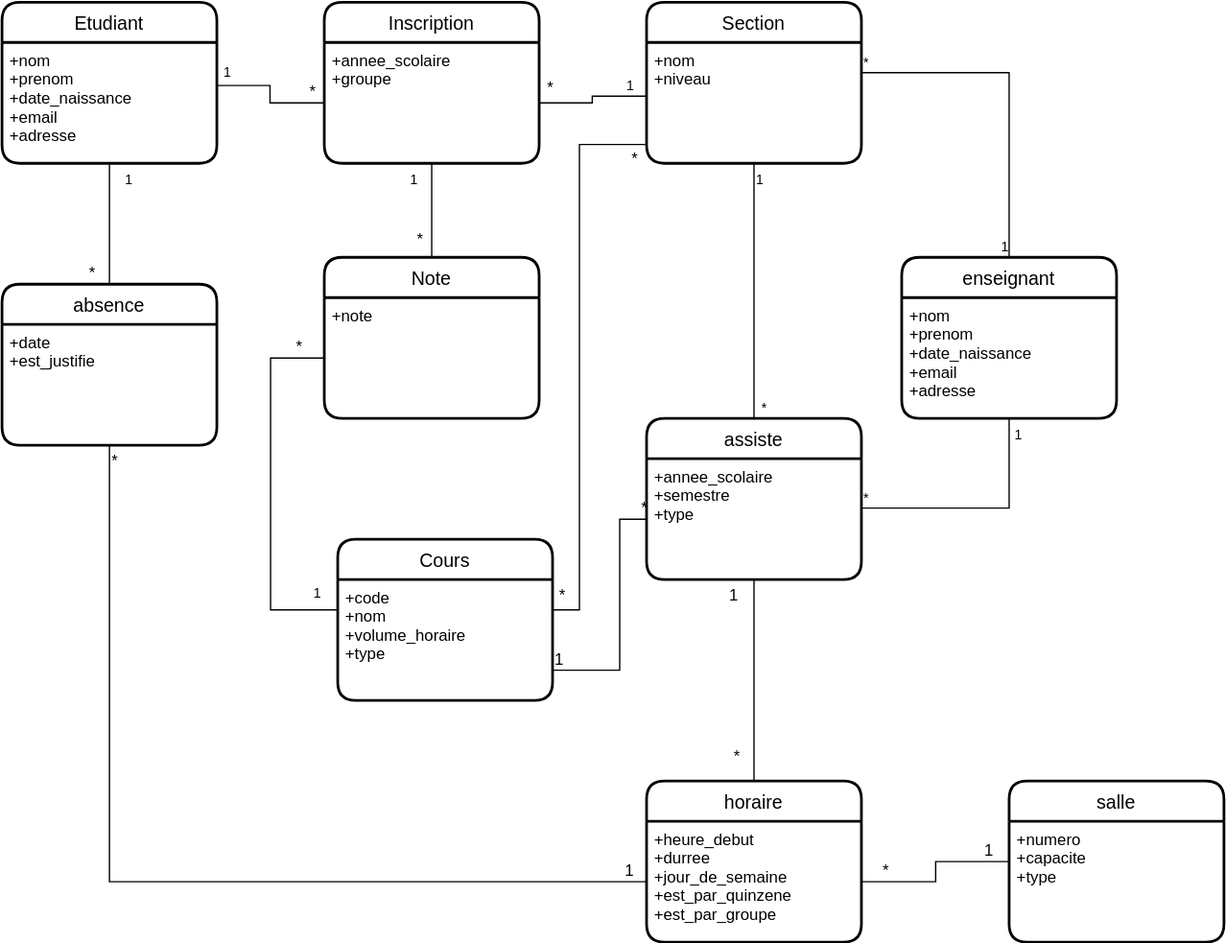
Above: DB_schema.svg in maha3110/department-management (draw.io), before the change. Source tidied: cells renumbered, new cells last; positions are measured from the earlier drawing's top-left corner, leaving out a move shared by most shapes.
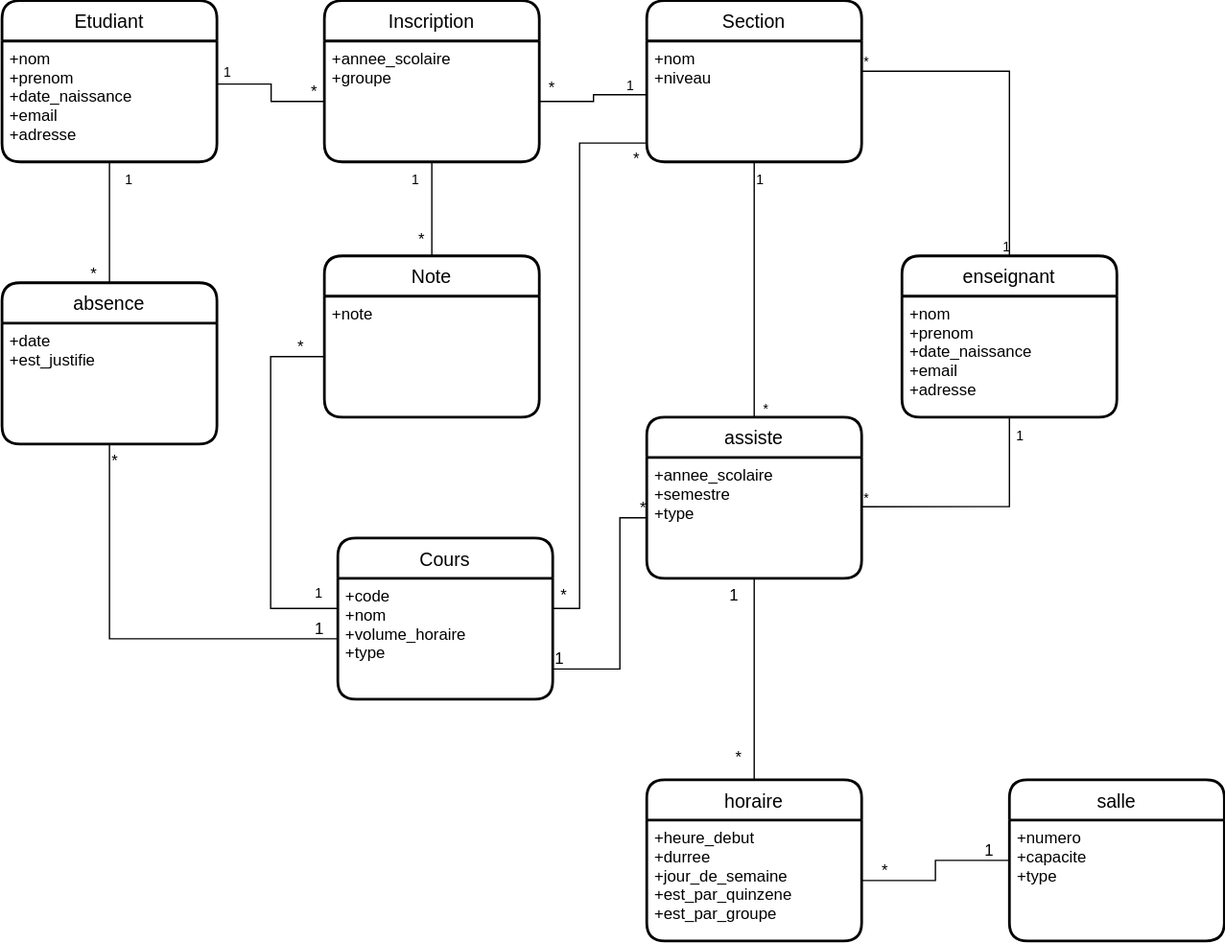
The same file after the commit.

What changed in the source:
```diff
@@ -216,7 +216,7 @@
         <mxPoint x="-10" y="-10" as="offset" />
       </mxGeometry>
     </mxCell>
-    <mxCell id="58" style="endArrow=none;html=1;rounded=0;elbow=vertical;entryX=0;entryY=0.5;entryDx=0;entryDy=0;edgeStyle=orthogonalEdgeStyle;exitX=0.5;exitY=1;exitDx=0;exitDy=0;" parent="1" edge="1" source="30" target="28">
+    <mxCell id="58" style="endArrow=none;html=1;rounded=0;elbow=vertical;entryX=0;entryY=0.5;entryDx=0;entryDy=0;edgeStyle=orthogonalEdgeStyle;exitX=0.5;exitY=1;exitDx=0;exitDy=0;" parent="1" edge="1" source="30" target="7">
       <mxGeometry relative="1" as="geometry" />
     </mxCell>
     <mxCell id="59" value="*" style="html=1;align=left;verticalAlign=bottom;" parent="58" vertex="1">
```
